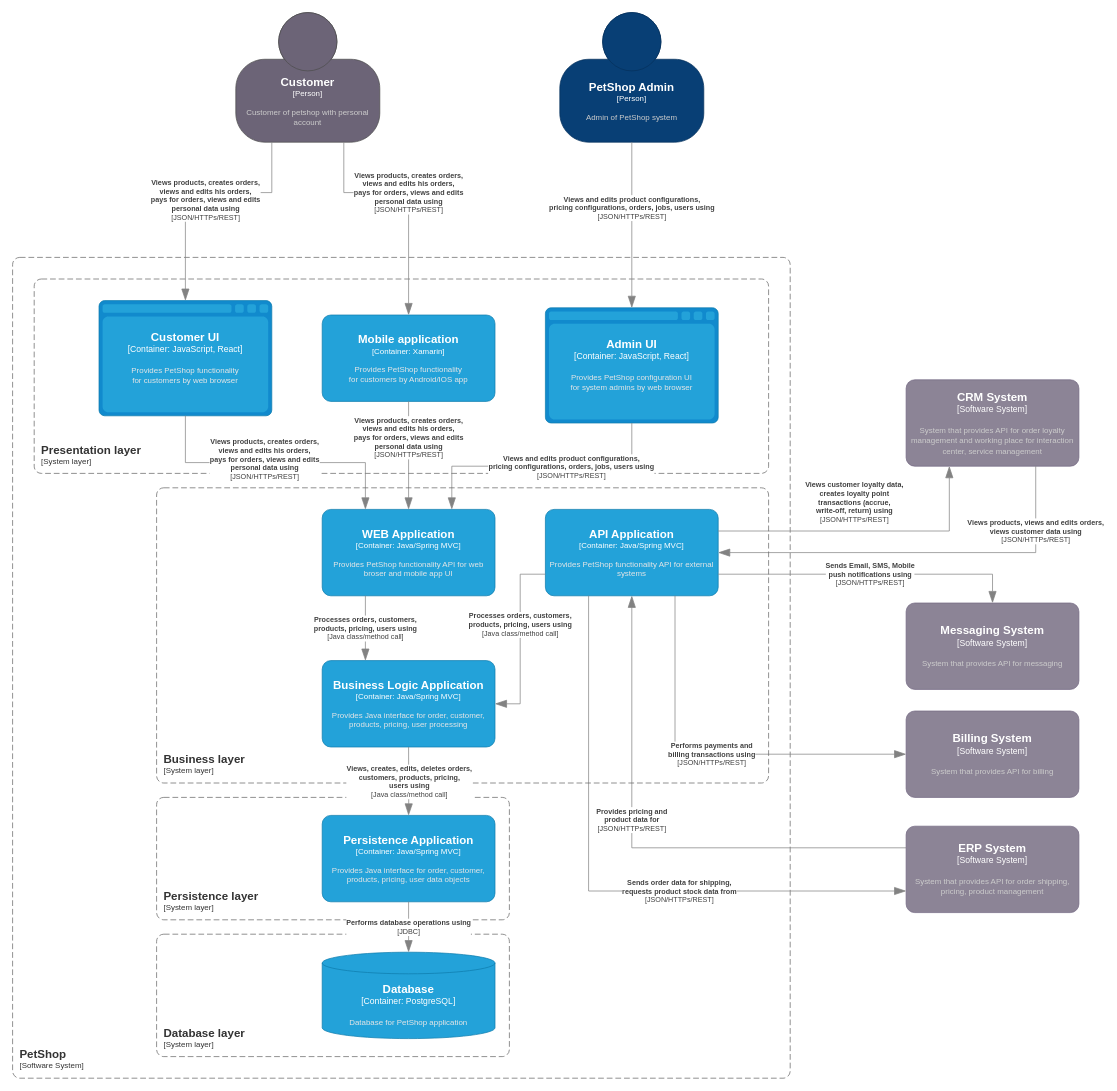
Earlier version of the draw.io diagram page "C2" (2 of 3) of PetShop.drawio (Tonop/X5). Source tidied: cells renumbered, new cells numbered last; positions are measured from the earlier drawing's top-left corner, leaving out a move shared by most shapes. Both pictures are drawn from the tidied source at 72%, with x=0, y=0 at pixel (12, 12).
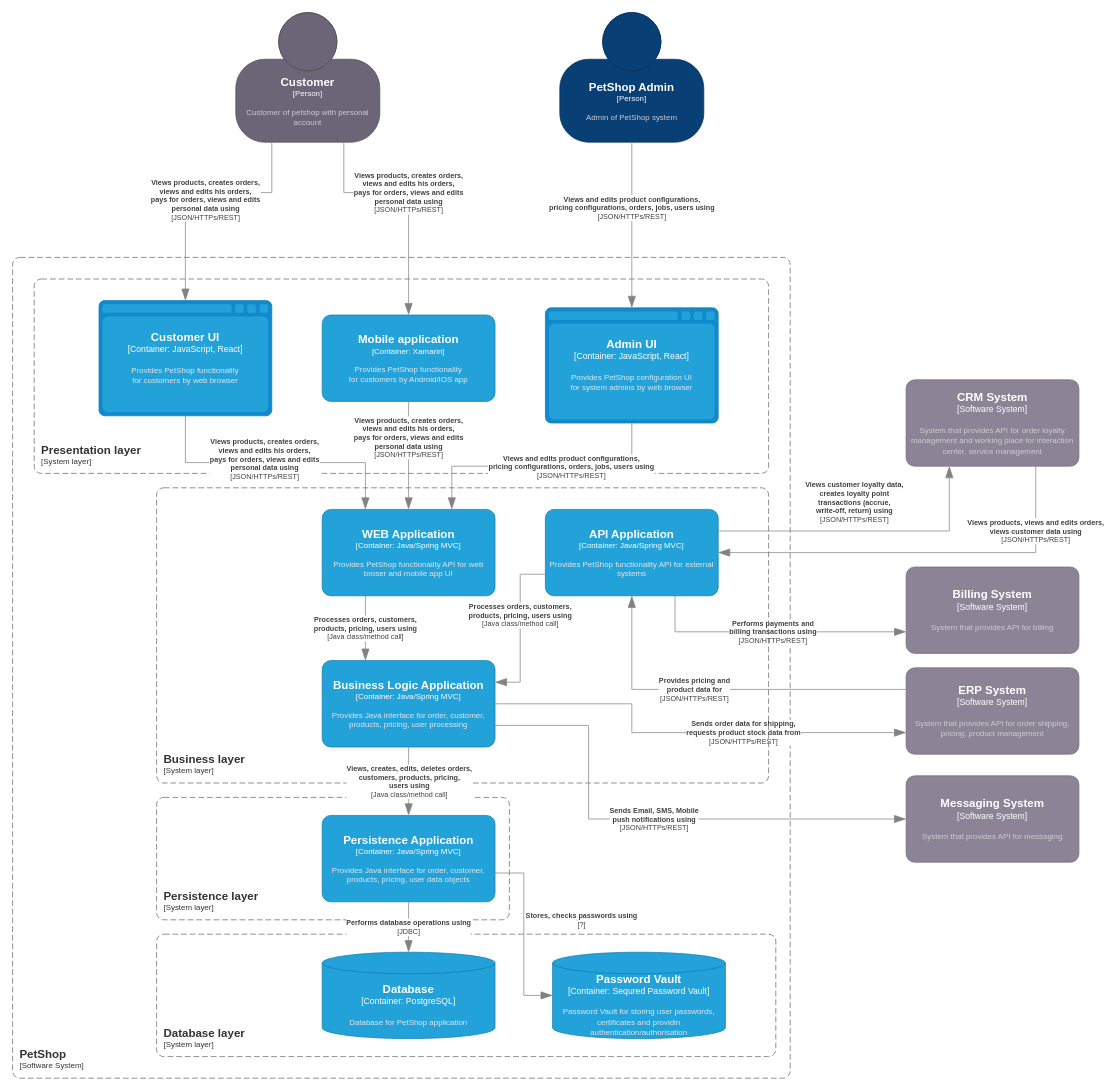
After the change.

Unchanged cells that the change refers to:
```xml
<object id="9" label="&lt;font style=&quot;font-size: 16px&quot;&gt;&lt;b&gt;%c4Name%&lt;/b&gt;&lt;/font&gt;&lt;div&gt;[%c4Type%: %c4Technology%]&lt;/div&gt;&lt;br&gt;&lt;div&gt;&lt;font style=&quot;font-size: 11px&quot;&gt;&lt;font color=&quot;#E6E6E6&quot;&gt;%c4Description%&lt;/font&gt;&lt;/div&gt;" c4Description="Provides PetShop functionality API for external systems" c4Name="API Application" c4Technology="Java/Spring MVC" c4Type="Container" placeholders="1">
  <mxCell style="rounded=1;whiteSpace=wrap;html=1;fontSize=11;labelBackgroundColor=none;fillColor=#23A2D9;fontColor=#ffffff;align=center;arcSize=10;strokeColor=#0E7DAD;points=[[0.25,0,0],[0.5,0,0],[0.75,0,0],[1,0.25,0],[1,0.5,0],[1,0.75,0],[0.75,1,0],[0.5,1,0],[0.25,1,0],[0,0.75,0],[0,0.5,0],[0,0.25,0]];" parent="1" vertex="1">
    <mxGeometry x="740" y="690" width="240" height="120" as="geometry" />
  </mxCell>
</object>
<object id="11" label="&lt;font style=&quot;font-size: 16px&quot;&gt;&lt;b&gt;%c4Name%&lt;/b&gt;&lt;/font&gt;&lt;div&gt;[%c4Type%: %c4Technology%]&lt;/div&gt;&lt;br&gt;&lt;div&gt;&lt;font style=&quot;font-size: 11px&quot;&gt;&lt;font color=&quot;#E6E6E6&quot;&gt;%c4Description%&lt;/font&gt;&lt;/div&gt;" c4Description="Provides Java interface for order, customer, products, pricing, user processing" c4Name="Business Logic Application" c4Technology="Java/Spring MVC" c4Type="Container" placeholders="1">
  <mxCell style="rounded=1;whiteSpace=wrap;html=1;fontSize=11;labelBackgroundColor=none;fillColor=#23A2D9;fontColor=#ffffff;align=center;arcSize=10;strokeColor=#0E7DAD;points=[[0.25,0,0],[0.5,0,0],[0.75,0,0],[1,0.25,0],[1,0.5,0],[1,0.75,0],[0.75,1,0],[0.5,1,0],[0.25,1,0],[0,0.75,0],[0,0.5,0],[0,0.25,0]];" parent="1" vertex="1">
    <mxGeometry x="430" y="900" width="240" height="120" as="geometry" />
  </mxCell>
</object>
```

Diff of the diagram source:
```diff
@@
     <object id="8" label="&lt;font style=&quot;font-size: 16px&quot;&gt;&lt;b&gt;&lt;div style=&quot;text-align: left&quot;&gt;%c4Name%&lt;/div&gt;&lt;/b&gt;&lt;/font&gt;&lt;div style=&quot;text-align: left&quot;&gt;[%c4Application%]&lt;/div&gt;" c4Application="System layer" c4Name="Database layer" placeholders="1">
       <mxCell style="rounded=1;fontSize=11;whiteSpace=wrap;html=1;dashed=1;arcSize=20;fillColor=none;strokeColor=#666666;fontColor=#333333;labelBackgroundColor=none;align=left;verticalAlign=bottom;labelBorderColor=none;spacingTop=0;spacing=10;dashPattern=8 4;perimeter=rectanglePerimeter;noLabel=0;labelPadding=0;absoluteArcSize=1;" parent="1" vertex="1">
-        <mxGeometry x="200" y="1280" width="490" height="170" as="geometry" />
+        <mxGeometry x="200" y="1280" width="860" height="170" as="geometry" />
       </mxCell>
     </object>
@@
     <object id="20" label="&lt;font style=&quot;font-size: 16px&quot;&gt;&lt;b&gt;%c4Name%&lt;/b&gt;&lt;/font&gt;&lt;div&gt;[%c4Type%]&lt;/div&gt;&lt;br&gt;&lt;div&gt;&lt;font style=&quot;font-size: 11px&quot;&gt;&lt;font color=&quot;#cccccc&quot;&gt;%c4Description%&lt;/font&gt;&lt;/div&gt;" c4Description="System that provides API for messaging" c4Name="Messaging System" c4Type="Software System" placeholders="1">
       <mxCell style="rounded=1;whiteSpace=wrap;html=1;labelBackgroundColor=none;fillColor=#8C8496;fontColor=#ffffff;align=center;arcSize=10;strokeColor=#736782;points=[[0.25,0,0],[0.5,0,0],[0.75,0,0],[1,0.25,0],[1,0.5,0],[1,0.75,0],[0.75,1,0],[0.5,1,0],[0.25,1,0],[0,0.75,0],[0,0.5,0],[0,0.25,0]];" parent="1" vertex="1">
-        <mxGeometry x="1241" y="820" width="240" height="120" as="geometry" />
+        <mxGeometry x="1241" y="1060" width="240" height="120" as="geometry" />
       </mxCell>
     </object>
     <object id="21" label="&lt;font style=&quot;font-size: 16px&quot;&gt;&lt;b&gt;%c4Name%&lt;/b&gt;&lt;/font&gt;&lt;div&gt;[%c4Type%]&lt;/div&gt;&lt;br&gt;&lt;div&gt;&lt;font style=&quot;font-size: 11px&quot;&gt;&lt;font color=&quot;#cccccc&quot;&gt;%c4Description%&lt;/font&gt;&lt;/div&gt;" c4Description="System that provides API for billing" c4Name="Billing System" c4Type="Software System" placeholders="1">
       <mxCell style="rounded=1;whiteSpace=wrap;html=1;labelBackgroundColor=none;fillColor=#8C8496;fontColor=#ffffff;align=center;arcSize=10;strokeColor=#736782;points=[[0.25,0,0],[0.5,0,0],[0.75,0,0],[1,0.25,0],[1,0.5,0],[1,0.75,0],[0.75,1,0],[0.5,1,0],[0.25,1,0],[0,0.75,0],[0,0.5,0],[0,0.25,0]];" parent="1" vertex="1">
-        <mxGeometry x="1241" y="970" width="240" height="120" as="geometry" />
+        <mxGeometry x="1241" y="770" width="240" height="120" as="geometry" />
       </mxCell>
     </object>
     <object id="22" label="&lt;font style=&quot;font-size: 16px&quot;&gt;&lt;b&gt;%c4Name%&lt;/b&gt;&lt;/font&gt;&lt;div&gt;[%c4Type%]&lt;/div&gt;&lt;br&gt;&lt;div&gt;&lt;font style=&quot;font-size: 11px&quot;&gt;&lt;font color=&quot;#cccccc&quot;&gt;%c4Description%&lt;/font&gt;&lt;/div&gt;" c4Description="System that provides API for order shipping, pricing, product management" c4Name="ERP System" c4Type="Software System" placeholders="1">
       <mxCell style="rounded=1;whiteSpace=wrap;html=1;labelBackgroundColor=none;fillColor=#8C8496;fontColor=#ffffff;align=center;arcSize=10;strokeColor=#736782;points=[[0.25,0,0],[0.5,0,0],[0.75,0,0],[1,0.25,0],[1,0.5,0],[1,0.75,0],[0.75,1,0],[0.5,1,0],[0.25,1,0],[0,0.75,0],[0,0.5,0],[0,0.25,0]];" parent="1" vertex="1">
-        <mxGeometry x="1241" y="1130" width="240" height="120" as="geometry" />
+        <mxGeometry x="1241" y="910" width="240" height="120" as="geometry" />
       </mxCell>
     </object>
@@
     <object id="24" label="&lt;div style=&quot;text-align: left&quot;&gt;&lt;div style=&quot;text-align: center&quot;&gt;&lt;b&gt;%c4Description%&lt;/b&gt;&lt;/div&gt;&lt;div style=&quot;text-align: center&quot;&gt;[%c4Technology%]&lt;/div&gt;&lt;/div&gt;" c4Description="Sends Email, SMS, Mobile &#10;push notifications using" c4Technology="JSON/HTTPs/REST" placeholders="1">
-      <mxCell style="endArrow=blockThin;html=1;fontSize=10;fontColor=#404040;strokeWidth=1;endFill=1;strokeColor=#828282;elbow=vertical;endSize=14;startSize=14;jumpStyle=arc;jumpSize=16;rounded=0;edgeStyle=orthogonalEdgeStyle;exitX=1;exitY=0.75;exitDx=0;exitDy=0;exitPerimeter=0;entryX=0.5;entryY=0;entryDx=0;entryDy=0;entryPerimeter=0;" parent="1" edge="1" source="9" target="20">
-        <mxGeometry relative="1" as="geometry" />
+      <mxCell style="endArrow=blockThin;html=1;fontSize=10;fontColor=#404040;strokeWidth=1;endFill=1;strokeColor=#828282;elbow=vertical;endSize=14;startSize=14;jumpStyle=arc;jumpSize=16;rounded=0;edgeStyle=orthogonalEdgeStyle;entryX=0;entryY=0.5;entryDx=0;entryDy=0;entryPerimeter=0;" parent="1" edge="1" target="20">
+        <mxGeometry relative="1" as="geometry">
+          <mxPoint x="670" y="990" as="sourcePoint" />
+          <Array as="points">
+            <mxPoint x="800" y="990" />
+            <mxPoint x="800" y="1120" />
+          </Array>
+        </mxGeometry>
       </mxCell>
     </object>
     <object id="25" label="&lt;div style=&quot;text-align: left&quot;&gt;&lt;div style=&quot;text-align: center&quot;&gt;&lt;b&gt;%c4Description%&lt;/b&gt;&lt;/div&gt;&lt;div style=&quot;text-align: center&quot;&gt;[%c4Technology%]&lt;/div&gt;&lt;/div&gt;" c4Description="Performs payments and &#10;billing transactions using" c4Technology="JSON/HTTPs/REST" placeholders="1">
-      <mxCell style="endArrow=blockThin;html=1;fontSize=10;fontColor=#404040;strokeWidth=1;endFill=1;strokeColor=#828282;elbow=vertical;endSize=14;startSize=14;jumpStyle=arc;jumpSize=16;rounded=0;edgeStyle=orthogonalEdgeStyle;exitX=0.75;exitY=1;exitDx=0;exitDy=0;exitPerimeter=0;entryX=0;entryY=0.5;entryDx=0;entryDy=0;entryPerimeter=0;" parent="1" edge="1" source="9" target="21">
+      <mxCell style="endArrow=blockThin;html=1;fontSize=10;fontColor=#404040;strokeWidth=1;endFill=1;strokeColor=#828282;elbow=vertical;endSize=14;startSize=14;jumpStyle=arc;jumpSize=16;rounded=0;edgeStyle=orthogonalEdgeStyle;exitX=0.75;exitY=1;exitDx=0;exitDy=0;exitPerimeter=0;entryX=0;entryY=0.75;entryDx=0;entryDy=0;entryPerimeter=0;" parent="1" edge="1" source="9" target="21">
         <mxGeometry relative="1" as="geometry" />
       </mxCell>
     </object>
     <object id="26" label="&lt;div style=&quot;text-align: left&quot;&gt;&lt;div style=&quot;text-align: center&quot;&gt;&lt;b&gt;%c4Description%&lt;/b&gt;&lt;/div&gt;&lt;div style=&quot;text-align: center&quot;&gt;[%c4Technology%]&lt;/div&gt;&lt;/div&gt;" c4Description="Provides pricing and &#10;product data for" c4Technology="JSON/HTTPs/REST" placeholders="1">
       <mxCell style="endArrow=blockThin;html=1;fontSize=10;fontColor=#404040;strokeWidth=1;endFill=1;strokeColor=#828282;elbow=vertical;endSize=14;startSize=14;jumpStyle=arc;jumpSize=16;rounded=0;edgeStyle=orthogonalEdgeStyle;exitX=0;exitY=0.25;exitDx=0;exitDy=0;exitPerimeter=0;entryX=0.5;entryY=1;entryDx=0;entryDy=0;entryPerimeter=0;" parent="1" edge="1" source="22" target="9">
         <mxGeometry x="0.15" relative="1" as="geometry">
           <Array as="points">
-            <mxPoint x="860" y="1160" />
+            <mxPoint x="860" y="940" />
           </Array>
         </mxGeometry>
       </mxCell>
     </object>
     <object id="27" label="&lt;div style=&quot;text-align: left&quot;&gt;&lt;div style=&quot;text-align: center&quot;&gt;&lt;b&gt;%c4Description%&lt;/b&gt;&lt;/div&gt;&lt;div style=&quot;text-align: center&quot;&gt;[%c4Technology%]&lt;/div&gt;&lt;/div&gt;" c4Description="Sends order data for shipping,&#10;requests product stock data from" c4Technology="JSON/HTTPs/REST" placeholders="1">
-      <mxCell style="endArrow=blockThin;html=1;fontSize=10;fontColor=#404040;strokeWidth=1;endFill=1;strokeColor=#828282;elbow=vertical;endSize=14;startSize=14;jumpStyle=arc;jumpSize=16;rounded=0;edgeStyle=orthogonalEdgeStyle;exitX=0.25;exitY=1;exitDx=0;exitDy=0;exitPerimeter=0;entryX=0;entryY=0.75;entryDx=0;entryDy=0;entryPerimeter=0;" parent="1" edge="1" source="9" target="22">
+      <mxCell style="endArrow=blockThin;html=1;fontSize=10;fontColor=#404040;strokeWidth=1;endFill=1;strokeColor=#828282;elbow=vertical;endSize=14;startSize=14;jumpStyle=arc;jumpSize=16;rounded=0;edgeStyle=orthogonalEdgeStyle;exitX=1;exitY=0.5;exitDx=0;exitDy=0;exitPerimeter=0;entryX=0;entryY=0.75;entryDx=0;entryDy=0;entryPerimeter=0;" parent="1" edge="1" source="11" target="22">
         <mxGeometry x="0.26" relative="1" as="geometry">
           <Array as="points">
-            <mxPoint x="800" y="1220" />
+            <mxPoint x="860" y="960" />
+            <mxPoint x="860" y="1000" />
           </Array>
         </mxGeometry>
       </mxCell>
     </object>
@@
     <object id="31" label="&lt;div style=&quot;text-align: left&quot;&gt;&lt;div style=&quot;text-align: center&quot;&gt;&lt;b&gt;%c4Description%&lt;/b&gt;&lt;/div&gt;&lt;div style=&quot;text-align: center&quot;&gt;[%c4Technology%]&lt;/div&gt;&lt;/div&gt;" c4Description="Processes orders, customers, &#10;products, pricing, users using" c4Technology="Java class/method call" placeholders="1">
-      <mxCell style="endArrow=blockThin;html=1;fontSize=10;fontColor=#404040;strokeWidth=1;endFill=1;strokeColor=#828282;elbow=vertical;endSize=14;startSize=14;jumpStyle=arc;jumpSize=16;rounded=0;edgeStyle=orthogonalEdgeStyle;exitX=0;exitY=0.75;exitDx=0;exitDy=0;exitPerimeter=0;entryX=1;entryY=0.5;entryDx=0;entryDy=0;entryPerimeter=0;" parent="1" edge="1" source="9" target="11">
+      <mxCell style="endArrow=blockThin;html=1;fontSize=10;fontColor=#404040;strokeWidth=1;endFill=1;strokeColor=#828282;elbow=vertical;endSize=14;startSize=14;jumpStyle=arc;jumpSize=16;rounded=0;edgeStyle=orthogonalEdgeStyle;exitX=0;exitY=0.75;exitDx=0;exitDy=0;exitPerimeter=0;entryX=1;entryY=0.25;entryDx=0;entryDy=0;entryPerimeter=0;" parent="1" edge="1" source="9" target="11">
         <mxGeometry x="-0.16" relative="1" as="geometry" />
       </mxCell>
     </object>
@@
+    <object id="37" label="&lt;font style=&quot;font-size: 16px&quot;&gt;&lt;b&gt;%c4Type%&lt;/b&gt;&lt;/font&gt;&lt;div&gt;[%c4Container%:&amp;nbsp;%c4Technology%]&lt;/div&gt;&lt;br&gt;&lt;div&gt;&lt;font style=&quot;font-size: 11px&quot;&gt;&lt;font color=&quot;#E6E6E6&quot;&gt;%c4Description%&lt;/font&gt;&lt;/div&gt;" c4Container="Container" c4Description="Password Vault for storing user passwords, certificates and providin authentication/authorisation" c4Technology="Sequred Password Vault" c4Type="Password Vault" placeholders="1">
+      <mxCell style="shape=cylinder3;size=15;whiteSpace=wrap;html=1;boundedLbl=1;rounded=0;labelBackgroundColor=none;fillColor=#23A2D9;fontSize=12;fontColor=#ffffff;align=center;strokeColor=#0E7DAD;points=[[0.5,0,0],[1,0.25,0],[1,0.5,0],[1,0.75,0],[0.5,1,0],[0,0.75,0],[0,0.5,0],[0,0.25,0]];" parent="1" vertex="1">
+        <mxGeometry x="750" y="1305" width="240" height="120" as="geometry" />
+      </mxCell>
+    </object>
+    <object id="38" label="&lt;div style=&quot;text-align: left&quot;&gt;&lt;div style=&quot;text-align: center&quot;&gt;&lt;b&gt;%c4Description%&lt;/b&gt;&lt;/div&gt;&lt;div style=&quot;text-align: center&quot;&gt;[%c4Technology%]&lt;/div&gt;&lt;/div&gt;" c4Description="Stores, checks passwords using" c4Technology="?" placeholders="1">
+      <mxCell style="endArrow=blockThin;html=1;fontSize=10;fontColor=#404040;strokeWidth=1;endFill=1;strokeColor=#828282;elbow=vertical;endSize=14;startSize=14;jumpStyle=arc;jumpSize=16;rounded=0;edgeStyle=orthogonalEdgeStyle;" parent="1" edge="1" target="37">
+        <mxGeometry x="-0.16" y="80" relative="1" as="geometry">
+          <mxPoint x="670" y="1195" as="sourcePoint" />
+          <Array as="points">
+            <mxPoint x="710" y="1195" />
+            <mxPoint x="710" y="1365" />
+          </Array>
+        </mxGeometry>
+      </mxCell>
+    </object>
```
